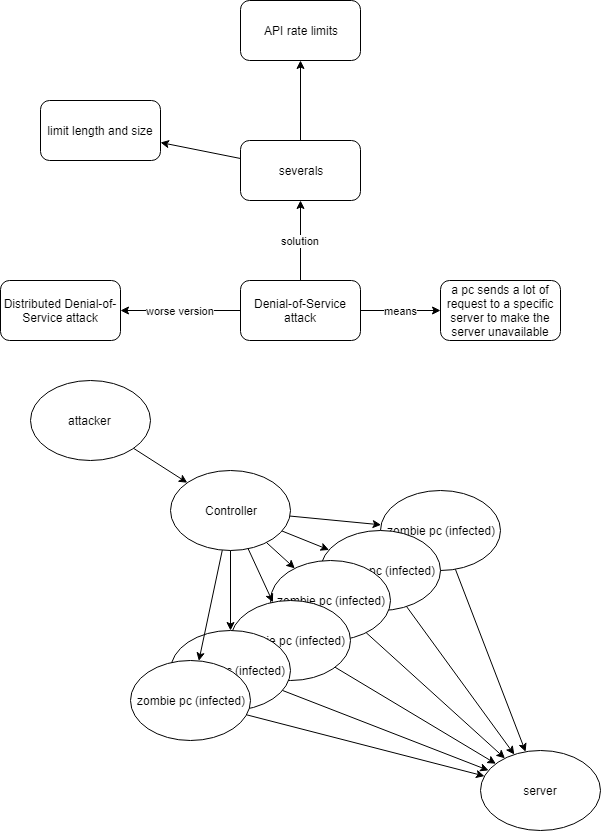
This is DoS.png from stsiwo/security_concept, a draw.io export, as it was before one commit. Source tidied: cells renumbered, new cells last; positions are measured from the earlier drawing's top-left corner, leaving out a move shared by most shapes. Its diagram source:
```xml
<mxGraphModel>
  <root>
    <mxCell id="0" />
    <mxCell id="1" parent="0" />
    <mxCell id="2" style="edgeStyle=none;rounded=0;html=1;jettySize=auto;" parent="1" edge="1" source="3" target="10">
      <mxGeometry relative="1" as="geometry" />
    </mxCell>
    <mxCell id="3" value="zombie pc (infected)" style="ellipse;whiteSpace=wrap;html=1;fillColor=#ffffff;" parent="1" vertex="1">
      <mxGeometry x="380" y="490" width="120" height="80" as="geometry" />
    </mxCell>
    <mxCell id="4" value="zombie pc (infected)" style="ellipse;whiteSpace=wrap;html=1;fillColor=#ffffff;" parent="1" vertex="1">
      <mxGeometry x="320" y="530" width="120" height="80" as="geometry" />
    </mxCell>
    <mxCell id="5" value="zombie pc (infected)" style="ellipse;whiteSpace=wrap;html=1;fillColor=#ffffff;" parent="1" vertex="1">
      <mxGeometry x="270" y="560" width="120" height="80" as="geometry" />
    </mxCell>
    <mxCell id="6" value="zombie pc (infected)" style="ellipse;whiteSpace=wrap;html=1;fillColor=#ffffff;" parent="1" vertex="1">
      <mxGeometry x="230" y="600" width="120" height="80" as="geometry" />
    </mxCell>
    <mxCell id="7" value="zombie pc (infected)" style="ellipse;whiteSpace=wrap;html=1;fillColor=#ffffff;" parent="1" vertex="1">
      <mxGeometry x="170" y="630" width="120" height="80" as="geometry" />
    </mxCell>
    <mxCell id="8" style="edgeStyle=none;rounded=0;html=1;jettySize=auto;" parent="1" edge="1" source="9" target="10">
      <mxGeometry relative="1" as="geometry" />
    </mxCell>
    <mxCell id="9" value="zombie pc (infected)" style="ellipse;whiteSpace=wrap;html=1;fillColor=#ffffff;" parent="1" vertex="1">
      <mxGeometry x="130" y="660" width="120" height="80" as="geometry" />
    </mxCell>
    <mxCell id="10" value="server" style="ellipse;whiteSpace=wrap;html=1;fillColor=#ffffff;" parent="1" vertex="1">
      <mxGeometry x="480" y="750" width="120" height="80" as="geometry" />
    </mxCell>
    <mxCell id="11" value="means" style="edgeStyle=none;rounded=0;html=1;jettySize=auto;" parent="1" edge="1" source="14" target="21">
      <mxGeometry relative="1" as="geometry" />
    </mxCell>
    <mxCell id="12" value="worse version" style="edgeStyle=none;rounded=0;html=1;jettySize=auto;" parent="1" edge="1" source="14" target="20">
      <mxGeometry relative="1" as="geometry" />
    </mxCell>
    <mxCell id="13" value="solution" style="edgeStyle=none;rounded=0;html=1;jettySize=auto;" parent="1" edge="1" source="14" target="17">
      <mxGeometry relative="1" as="geometry" />
    </mxCell>
    <mxCell id="14" value="Denial-of-Service attack" style="rounded=1;whiteSpace=wrap;html=1;fillColor=none;" parent="1" vertex="1">
      <mxGeometry x="240" y="280" width="120" height="60" as="geometry" />
    </mxCell>
    <mxCell id="15" style="edgeStyle=none;rounded=0;html=1;jettySize=auto;" parent="1" edge="1" source="17" target="19">
      <mxGeometry relative="1" as="geometry" />
    </mxCell>
    <mxCell id="16" style="edgeStyle=none;rounded=0;html=1;jettySize=auto;" parent="1" edge="1" source="17" target="18">
      <mxGeometry relative="1" as="geometry" />
    </mxCell>
    <mxCell id="17" value="severals" style="rounded=1;whiteSpace=wrap;html=1;fillColor=none;" parent="1" vertex="1">
      <mxGeometry x="240" y="140" width="120" height="60" as="geometry" />
    </mxCell>
    <mxCell id="18" value="API rate limits" style="rounded=1;whiteSpace=wrap;html=1;fillColor=none;" parent="1" vertex="1">
      <mxGeometry x="240" width="120" height="60" as="geometry" />
    </mxCell>
    <mxCell id="19" value="limit length and size" style="rounded=1;whiteSpace=wrap;html=1;fillColor=none;" parent="1" vertex="1">
      <mxGeometry x="40" y="100" width="120" height="60" as="geometry" />
    </mxCell>
    <mxCell id="20" value="Distributed Denial-of-Service attack" style="rounded=1;whiteSpace=wrap;html=1;fillColor=none;" parent="1" vertex="1">
      <mxGeometry y="280" width="120" height="60" as="geometry" />
    </mxCell>
    <mxCell id="21" value="a pc sends a lot of request to a specific server to make the server unavailable" style="rounded=1;whiteSpace=wrap;html=1;fillColor=none;" parent="1" vertex="1">
      <mxGeometry x="440" y="280" width="120" height="60" as="geometry" />
    </mxCell>
    <mxCell id="22" style="edgeStyle=none;rounded=0;html=1;jettySize=auto;" parent="1" edge="1" source="23" target="30">
      <mxGeometry relative="1" as="geometry" />
    </mxCell>
    <mxCell id="23" value="attacker&amp;nbsp;" style="ellipse;whiteSpace=wrap;html=1;fillColor=none;" parent="1" vertex="1">
      <mxGeometry x="30" y="380" width="120" height="80" as="geometry" />
    </mxCell>
    <mxCell id="24" style="edgeStyle=none;rounded=0;html=1;jettySize=auto;" parent="1" edge="1" source="30" target="7">
      <mxGeometry relative="1" as="geometry" />
    </mxCell>
    <mxCell id="25" style="edgeStyle=none;rounded=0;html=1;jettySize=auto;" parent="1" edge="1" source="30" target="9">
      <mxGeometry relative="1" as="geometry" />
    </mxCell>
    <mxCell id="26" style="edgeStyle=none;rounded=0;html=1;jettySize=auto;" parent="1" edge="1" source="30" target="6">
      <mxGeometry relative="1" as="geometry" />
    </mxCell>
    <mxCell id="27" style="edgeStyle=none;rounded=0;html=1;jettySize=auto;" parent="1" edge="1" source="30" target="5">
      <mxGeometry relative="1" as="geometry" />
    </mxCell>
    <mxCell id="28" style="edgeStyle=none;rounded=0;html=1;jettySize=auto;" parent="1" edge="1" source="30" target="4">
      <mxGeometry relative="1" as="geometry" />
    </mxCell>
    <mxCell id="29" style="edgeStyle=none;rounded=0;html=1;jettySize=auto;" parent="1" edge="1" source="30" target="3">
      <mxGeometry relative="1" as="geometry" />
    </mxCell>
    <mxCell id="30" value="Controller" style="ellipse;whiteSpace=wrap;html=1;fillColor=none;" parent="1" vertex="1">
      <mxGeometry x="170" y="470" width="120" height="80" as="geometry" />
    </mxCell>
    <mxCell id="31" style="edgeStyle=none;rounded=0;html=1;jettySize=auto;" parent="1" edge="1" source="4" target="10">
      <mxGeometry relative="1" as="geometry" />
    </mxCell>
    <mxCell id="32" style="edgeStyle=none;rounded=0;html=1;jettySize=auto;" parent="1" edge="1" source="5" target="10">
      <mxGeometry relative="1" as="geometry" />
    </mxCell>
    <mxCell id="33" style="edgeStyle=none;rounded=0;html=1;jettySize=auto;" parent="1" edge="1" source="6" target="10">
      <mxGeometry relative="1" as="geometry" />
    </mxCell>
    <mxCell id="34" style="edgeStyle=none;rounded=0;html=1;jettySize=auto;" parent="1" edge="1" source="7" target="10">
      <mxGeometry relative="1" as="geometry" />
    </mxCell>
  </root>
</mxGraphModel>
```
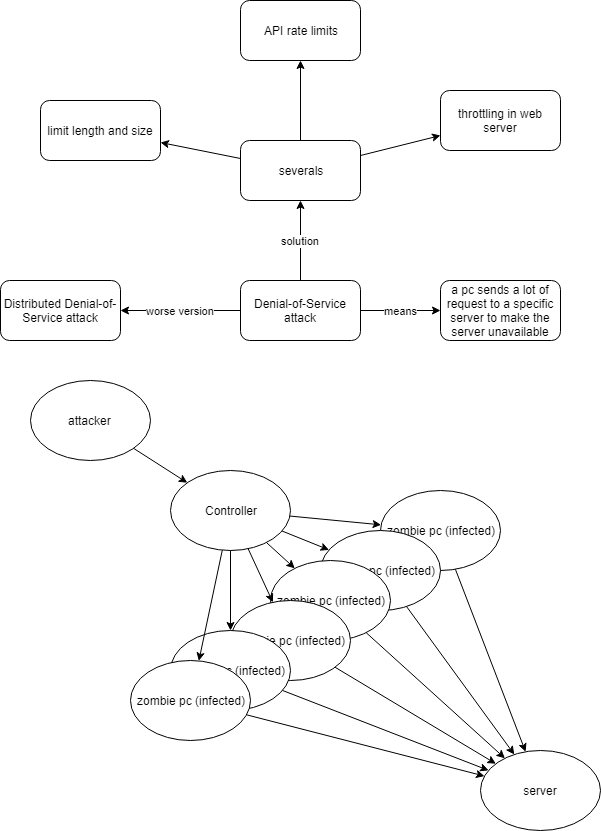
Above is the later version.

The edit, as a diff of the source:
```diff
@@ -47,9 +47,15 @@
     <mxCell id="16" style="edgeStyle=none;rounded=0;html=1;jettySize=auto;" parent="1" edge="1" source="17" target="18">
       <mxGeometry relative="1" as="geometry" />
     </mxCell>
+    <mxCell id="35" style="edgeStyle=none;rounded=0;html=1;jettySize=auto;" parent="1" edge="1" source="17" target="36">
+      <mxGeometry relative="1" as="geometry" />
+    </mxCell>
     <mxCell id="17" value="severals" style="rounded=1;whiteSpace=wrap;html=1;fillColor=none;" parent="1" vertex="1">
       <mxGeometry x="240" y="140" width="120" height="60" as="geometry" />
     </mxCell>
+    <mxCell id="36" value="throttling in web server" style="rounded=1;whiteSpace=wrap;html=1;fillColor=none;" parent="1" vertex="1">
+      <mxGeometry x="440" y="90" width="120" height="60" as="geometry" />
+    </mxCell>
     <mxCell id="18" value="API rate limits" style="rounded=1;whiteSpace=wrap;html=1;fillColor=none;" parent="1" vertex="1">
       <mxGeometry x="240" width="120" height="60" as="geometry" />
     </mxCell>
```
